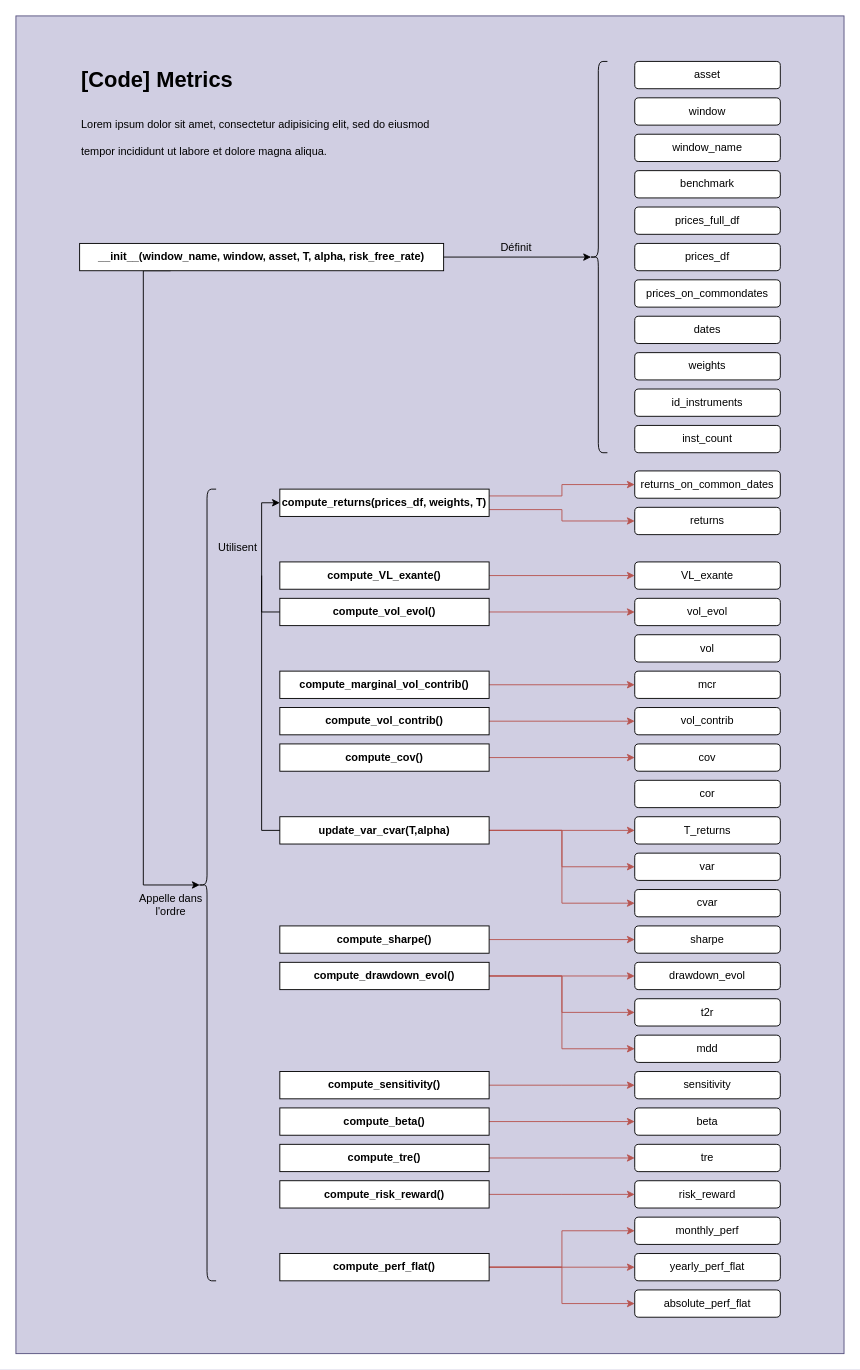
Above: C4/Code/Back/Metrics.drawio in salimelouahdani/DrawIO (draw.io), before the change. Source tidied: cells renumbered, new cells numbered last; positions are measured from the earlier drawing's top-left corner, leaving out a move shared by most shapes. Both pictures are drawn from the tidied source at 91%, with x=0, y=0 at pixel (15, 15).
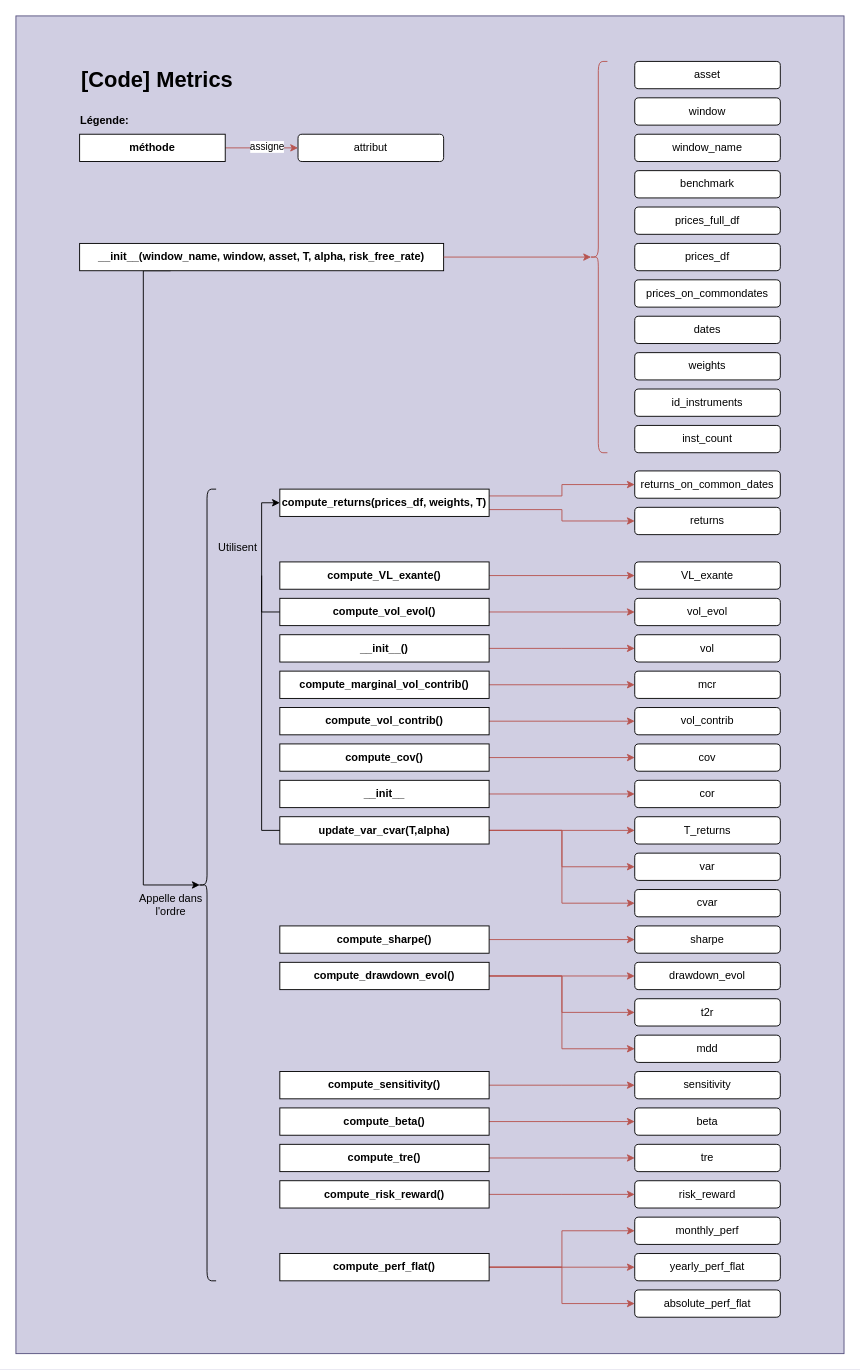
After the change.

Commit message:
Mettre à jour Metrics.drawio

The change refers to these unchanged cells:
```xml
<mxCell id="40" value="&lt;b&gt;__init__(window_name, window, asset, T, alpha, risk_free_rate)&lt;/b&gt;" style="rounded=0;whiteSpace=wrap;html=1;" parent="1" vertex="1">
  <mxGeometry x="70" y="250" width="400" height="30" as="geometry" />
</mxCell>
<mxCell id="46" value="cor" style="rounded=1;whiteSpace=wrap;html=1;" parent="1" vertex="1">
  <mxGeometry x="680" y="840" width="160" height="30" as="geometry" />
</mxCell>
```

What changed in the source:
```diff
@@
-    <mxCell id="79" style="shape=curlyBracket;whiteSpace=wrap;html=1;rounded=1;labelPosition=left;verticalLabelPosition=middle;align=right;verticalAlign=middle;" parent="1" vertex="1">
+    <mxCell id="79" style="shape=curlyBracket;whiteSpace=wrap;html=1;rounded=1;labelPosition=left;verticalLabelPosition=middle;align=right;verticalAlign=middle;fillColor=#f8cecc;strokeColor=#b85450;" parent="1" vertex="1">
       <mxGeometry x="630" y="50" width="20" height="430" as="geometry" />
     </mxCell>
-    <mxCell id="80" style="edgeStyle=orthogonalEdgeStyle;rounded=0;jettySize=auto;html=1;entryX=0.1;entryY=0.5;entryDx=0;entryDy=0;entryPerimeter=0;" parent="1" edge="1" source="40" target="79">
+    <mxCell id="80" style="edgeStyle=orthogonalEdgeStyle;rounded=0;jettySize=auto;html=1;entryX=0.1;entryY=0.5;entryDx=0;entryDy=0;entryPerimeter=0;fillColor=#f8cecc;strokeColor=#b85450;" parent="1" edge="1" source="40" target="79">
       <mxGeometry relative="1" as="geometry" />
     </mxCell>
-    <mxCell id="81" value="Définit" style="text;html=1;align=center;verticalAlign=middle;whiteSpace=wrap;rounded=0;" parent="1" vertex="1">
-      <mxGeometry x="520" y="240" width="60" height="30" as="geometry" />
-    </mxCell>
-    <mxCell id="82" value="&lt;h1 style=&quot;margin-top: 0px;&quot;&gt;&lt;span style=&quot;background-color: transparent; color: light-dark(rgb(0, 0, 0), rgb(255, 255, 255));&quot;&gt;[Code] Metrics&amp;nbsp;&lt;/span&gt;&lt;/h1&gt;&lt;h1 style=&quot;margin-top: 0px;&quot;&gt;&lt;span style=&quot;background-color: transparent; color: light-dark(rgb(0, 0, 0), rgb(255, 255, 255)); font-size: 12px; font-weight: normal;&quot;&gt;Lorem ipsum dolor sit amet, consectetur adipisicing elit, sed do eiusmod tempor incididunt ut labore et dolore magna aliqua.&lt;/span&gt;&lt;/h1&gt;" style="text;html=1;whiteSpace=wrap;overflow=hidden;rounded=0;" parent="1" vertex="1">
+    <mxCell id="82" value="&lt;h1 style=&quot;margin-top: 0px;&quot;&gt;&lt;span style=&quot;background-color: transparent; color: light-dark(rgb(0, 0, 0), rgb(255, 255, 255));&quot;&gt;[Code] Metrics&amp;nbsp;&lt;/span&gt;&lt;/h1&gt;&lt;h1 style=&quot;margin-top: 0px;&quot;&gt;&lt;br&gt;&lt;/h1&gt;" style="text;html=1;whiteSpace=wrap;overflow=hidden;rounded=0;" parent="1" vertex="1">
       <mxGeometry x="70" y="50" width="390" height="120" as="geometry" />
     </mxCell>
+    <mxCell id="83" style="group;" parent="1" vertex="1">
+      <mxGeometry x="70" y="130" width="400" height="30" as="geometry" />
+    </mxCell>
+    <mxCell id="84" value="attribut" style="rounded=1;whiteSpace=wrap;html=1;" parent="83" vertex="1">
+      <mxGeometry x="240" width="160" height="30" as="geometry" />
+    </mxCell>
+    <mxCell id="85" style="edgeStyle=orthogonalEdgeStyle;rounded=0;jettySize=auto;html=1;entryX=0;entryY=0.5;entryDx=0;entryDy=0;fillColor=#f8cecc;strokeColor=#b85450;" parent="83" edge="1" source="87" target="84">
+      <mxGeometry relative="1" as="geometry" />
+    </mxCell>
+    <mxCell id="86" value="assigne" style="edgeLabel;html=1;align=center;verticalAlign=middle;" parent="85" vertex="1">
+      <mxGeometry x="0.12" y="2" relative="1" as="geometry" />
+    </mxCell>
+    <mxCell id="87" value="&lt;b&gt;méthode&lt;/b&gt;" style="rounded=0;whiteSpace=wrap;html=1;" parent="83" vertex="1">
+      <mxGeometry width="160" height="30" as="geometry" />
+    </mxCell>
+    <mxCell id="88" value="&lt;b&gt;Légende:&lt;/b&gt;" style="text;html=1;align=left;verticalAlign=middle;whiteSpace=wrap;rounded=0;" parent="1" vertex="1">
+      <mxGeometry x="69" y="100" width="60" height="30" as="geometry" />
+    </mxCell>
+    <mxCell id="89" style="edgeStyle=orthogonalEdgeStyle;rounded=0;jettySize=auto;html=1;entryX=0;entryY=0.5;entryDx=0;entryDy=0;fillColor=#f8cecc;strokeColor=#b85450;" parent="1" edge="1" source="90" target="46">
+      <mxGeometry relative="1" as="geometry" />
+    </mxCell>
+    <mxCell id="90" value="&lt;b&gt;__init__&lt;/b&gt;" style="rounded=0;whiteSpace=wrap;html=1;" parent="1" vertex="1">
+      <mxGeometry x="290" y="840" width="230" height="30" as="geometry" />
+    </mxCell>
+    <mxCell id="91" style="edgeStyle=orthogonalEdgeStyle;rounded=0;jettySize=auto;html=1;fillColor=#f8cecc;strokeColor=#b85450;" parent="1" edge="1" source="92">
+      <mxGeometry relative="1" as="geometry">
+        <mxPoint x="680" y="695" as="targetPoint" />
+      </mxGeometry>
+    </mxCell>
+    <mxCell id="92" value="&lt;b&gt;__init__()&lt;/b&gt;" style="rounded=0;whiteSpace=wrap;html=1;" parent="1" vertex="1">
+      <mxGeometry x="290" y="680" width="230" height="30" as="geometry" />
+    </mxCell>
```
